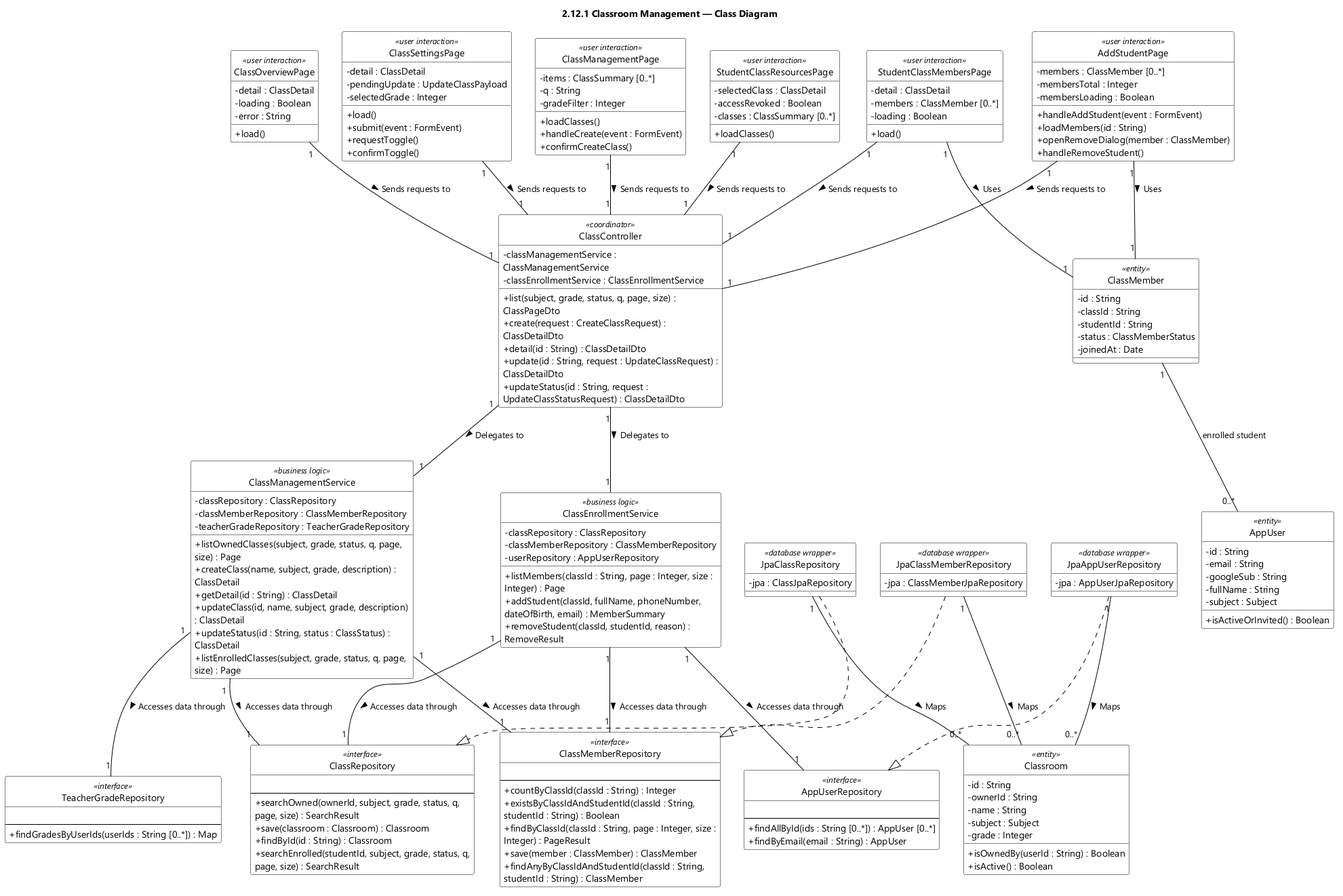
The PlantUML diagram designs/sds-diagrams/feat12/feat12-class-diagram.png in EduA-system/EduA-system, before a commit.
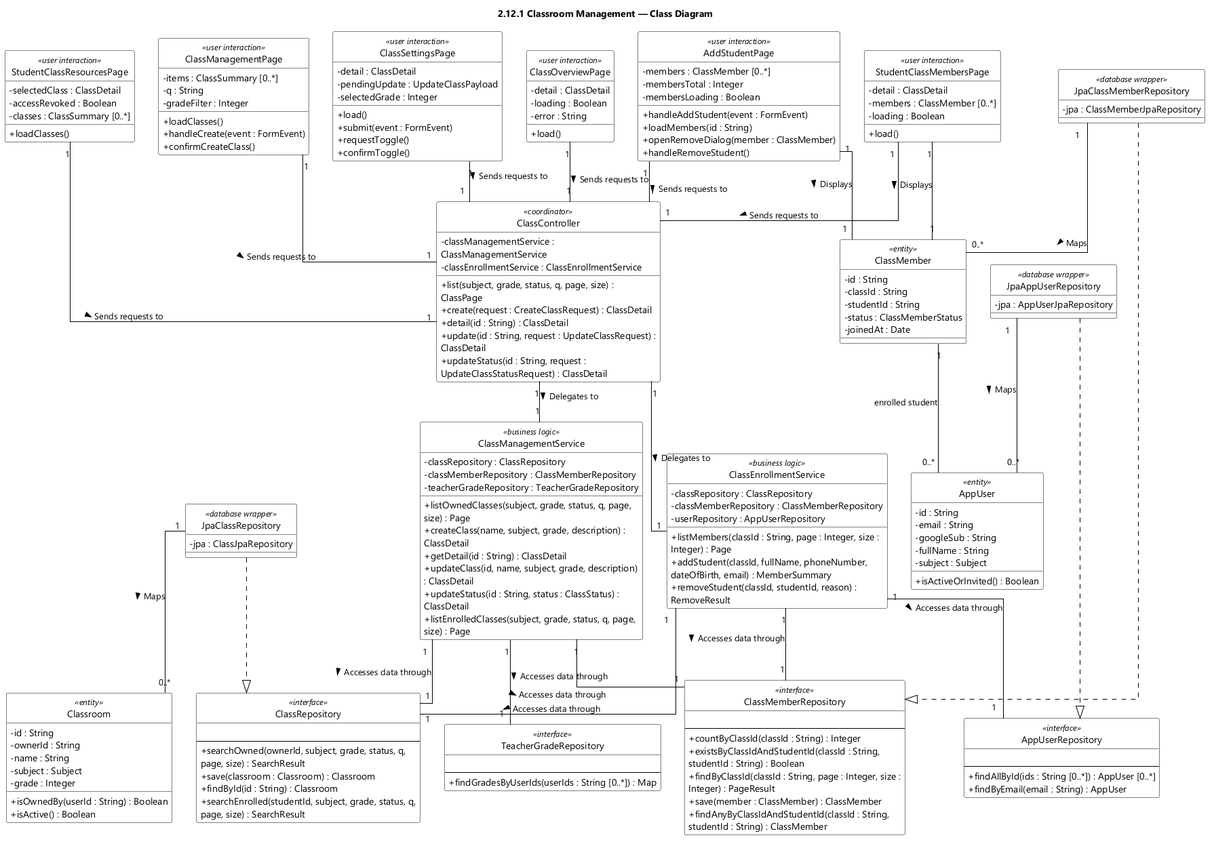
After the commit.

What changed in the source:
```diff
@@ -7,6 +7,7 @@
 skinparam classBorderColor #000000
 skinparam ArrowColor #000000
 skinparam classAttributeIconSize 0
+skinparam linetype ortho
 hide circle
 title 2.12.1 Classroom Management — Class Diagram
 class ClassManagementPage <<user interaction>> {
@@ -21,11 +22,11 @@
 class ClassController <<coordinator>> {
   - classManagementService : ClassManagementService
   - classEnrollmentService : ClassEnrollmentService
-  + list(subject, grade, status, q, page, size) : ClassPageDto
-  + create(request : CreateClassRequest) : ClassDetailDto
-  + detail(id : String) : ClassDetailDto
-  + update(id : String, request : UpdateClassRequest) : ClassDetailDto
-  + updateStatus(id : String, request : UpdateClassStatusRequest) : ClassDetailDto
+  + list(subject, grade, status, q, page, size) : ClassPage
+  + create(request : CreateClassRequest) : ClassDetail
+  + detail(id : String) : ClassDetail
+  + update(id : String, request : UpdateClassRequest) : ClassDetail
+  + updateStatus(id : String, request : UpdateClassStatusRequest) : ClassDetail
 }
 
 class ClassManagementService <<business logic>> {
@@ -166,11 +167,11 @@
 ClassManagementService "1" -- "1" ClassRepository : Accesses data through >
 ClassManagementService "1" -- "1" ClassMemberRepository : Accesses data through >
 ClassManagementService "1" -- "1" TeacherGradeRepository : Accesses data through >
-StudentClassMembersPage "1" -- "1" ClassMember : Uses >
+StudentClassMembersPage "1" -- "1" ClassMember : Displays >
 ClassEnrollmentService "1" -- "1" ClassRepository : Accesses data through >
 ClassEnrollmentService "1" -- "1" ClassMemberRepository : Accesses data through >
 ClassEnrollmentService "1" -- "1" AppUserRepository : Accesses data through >
-AddStudentPage "1" -- "1" ClassMember : Uses >
+AddStudentPage "1" -- "1" ClassMember : Displays >
 ClassManagementPage "1" -- "1" ClassController : Sends requests to >
 ClassSettingsPage "1" -- "1" ClassController : Sends requests to >
 ClassOverviewPage "1" -- "1" ClassController : Sends requests to >
@@ -182,7 +183,7 @@
 JpaClassMemberRepository ..|> ClassMemberRepository
 ClassMember "1" -- "0..*" AppUser : enrolled student
 JpaClassRepository "1" -- "0..*" Classroom : Maps >
-JpaClassMemberRepository "1" -- "0..*" Classroom : Maps >
-JpaAppUserRepository "1" -- "0..*" Classroom : Maps >
+JpaClassMemberRepository "1" -- "0..*" ClassMember : Maps >
+JpaAppUserRepository "1" -- "0..*" AppUser : Maps >
 
 @enduml
```
